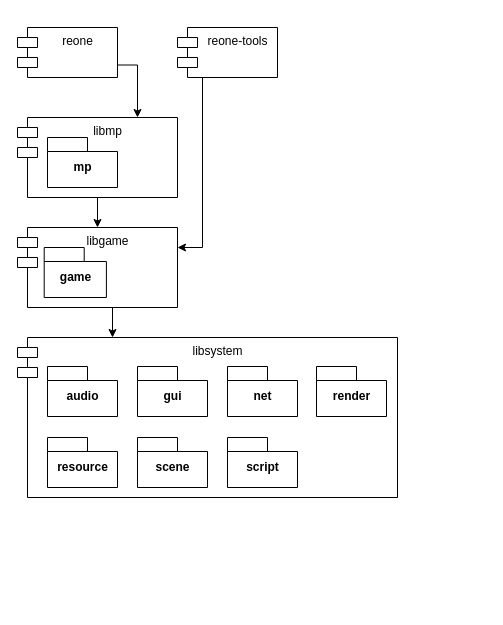
Before: doc/modules.drawio in seedhartha/reone, a draw.io diagram. Source tidied: cells renumbered, new cells numbered last; positions are measured from the earlier drawing's top-left corner, leaving out a move shared by most shapes. Both pictures are drawn from the tidied source at 100%, with x=0, y=0 at pixel (17, 27).
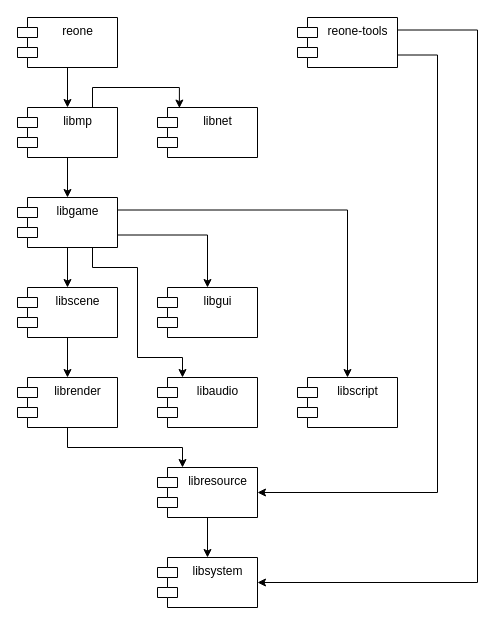
The same page after the edit.

Commit message:
doc: Update the project architecture diagram

[ci skip]

What changed in the source:
```diff
@@
-    <mxCell id="2" style="group;" parent="1" vertex="1">
-      <mxGeometry y="310" width="380" height="160" as="geometry" />
-    </mxCell>
-    <mxCell id="3" value="libsystem" style="shape=module;align=left;spacingLeft=20;align=center;verticalAlign=top;html=1;" parent="2" vertex="1">
-      <mxGeometry width="380" height="160" as="geometry" />
-    </mxCell>
-    <mxCell id="4" value="resource" style="shape=folder;fontStyle=1;spacingTop=10;tabWidth=40;tabHeight=14;tabPosition=left;html=1;" parent="2" vertex="1">
-      <mxGeometry x="30" y="100" width="70" height="50" as="geometry" />
-    </mxCell>
-    <mxCell id="5" value="render" style="shape=folder;fontStyle=1;spacingTop=10;tabWidth=40;tabHeight=14;tabPosition=left;html=1;" parent="2" vertex="1">
-      <mxGeometry x="299" y="29" width="70" height="50" as="geometry" />
-    </mxCell>
-    <mxCell id="6" value="audio" style="shape=folder;fontStyle=1;spacingTop=10;tabWidth=40;tabHeight=14;tabPosition=left;html=1;" parent="2" vertex="1">
-      <mxGeometry x="30" y="29" width="70" height="50" as="geometry" />
-    </mxCell>
-    <mxCell id="7" value="net" style="shape=folder;fontStyle=1;spacingTop=10;tabWidth=40;tabHeight=14;tabPosition=left;html=1;" parent="2" vertex="1">
-      <mxGeometry x="210" y="29" width="70" height="50" as="geometry" />
-    </mxCell>
-    <mxCell id="8" value="script" style="shape=folder;fontStyle=1;spacingTop=10;tabWidth=40;tabHeight=14;tabPosition=left;html=1;" parent="2" vertex="1">
-      <mxGeometry x="210" y="100" width="70" height="50" as="geometry" />
-    </mxCell>
-    <mxCell id="9" value="gui" style="shape=folder;fontStyle=1;spacingTop=10;tabWidth=40;tabHeight=14;tabPosition=left;html=1;" parent="2" vertex="1">
-      <mxGeometry x="120" y="29" width="70" height="50" as="geometry" />
-    </mxCell>
-    <mxCell id="10" value="scene" style="shape=folder;fontStyle=1;spacingTop=10;tabWidth=40;tabHeight=14;tabPosition=left;html=1;" parent="2" vertex="1">
-      <mxGeometry x="120" y="100" width="70" height="50" as="geometry" />
-    </mxCell>
-    <mxCell id="11" style="group;" parent="1" vertex="1">
-      <mxGeometry y="200" width="160" height="80" as="geometry" />
-    </mxCell>
-    <mxCell id="12" value="libgame" style="shape=module;align=center;spacingLeft=20;align=center;verticalAlign=top;html=1;labelPosition=center;verticalLabelPosition=middle;" parent="11" vertex="1">
-      <mxGeometry width="160" height="80" as="geometry" />
-    </mxCell>
-    <mxCell id="13" value="game" style="shape=folder;fontStyle=1;spacingTop=10;tabWidth=40;tabHeight=14;tabPosition=left;html=1;" parent="11" vertex="1">
-      <mxGeometry x="26.7" y="20" width="62.2" height="50" as="geometry" />
-    </mxCell>
-    <mxCell id="14" style="edgeStyle=orthogonalEdgeStyle;rounded=0;jettySize=auto;html=1;exitX=1;exitY=0.75;exitDx=0;exitDy=0;entryX=0.75;entryY=0;entryDx=0;entryDy=0;" parent="1" edge="1" source="15" target="19">
+    <mxCell id="14" style="edgeStyle=orthogonalEdgeStyle;rounded=0;jettySize=auto;html=1;exitX=0.5;exitY=1;exitDx=0;exitDy=0;entryX=0.5;entryY=0;entryDx=0;entryDy=0;" parent="1" edge="1" source="15" target="19">
       <mxGeometry relative="1" as="geometry" />
     </mxCell>
     <mxCell id="15" value="reone" style="shape=module;align=left;spacingLeft=20;align=center;verticalAlign=top;html=1;" parent="1" vertex="1">
-      <mxGeometry width="100" height="50" as="geometry" />
+      <mxGeometry y="-10" width="100" height="50" as="geometry" />
     </mxCell>
-    <mxCell id="16" style="edgeStyle=orthogonalEdgeStyle;rounded=0;jettySize=auto;html=1;exitX=0.25;exitY=1;exitDx=0;exitDy=0;entryX=1;entryY=0.25;entryDx=0;entryDy=0;" parent="1" edge="1" source="17" target="12">
-      <mxGeometry relative="1" as="geometry" />
-    </mxCell>
+    <mxCell id="23" style="edgeStyle=orthogonalEdgeStyle;rounded=0;jettySize=auto;html=1;entryX=1;entryY=0.5;entryDx=0;entryDy=0;exitX=1;exitY=0.75;exitDx=0;exitDy=0;" parent="1" edge="1" source="17" target="35">
+      <mxGeometry relative="1" as="geometry">
+        <Array as="points">
+          <mxPoint x="420" y="27" />
+          <mxPoint x="420" y="465" />
+        </Array>
+      </mxGeometry>
+    </mxCell>
+    <mxCell id="24" style="edgeStyle=orthogonalEdgeStyle;rounded=0;jettySize=auto;html=1;exitX=1;exitY=0.25;exitDx=0;exitDy=0;entryX=1;entryY=0.5;entryDx=0;entryDy=0;" parent="1" edge="1" source="17" target="3">
+      <mxGeometry relative="1" as="geometry">
+        <Array as="points">
+          <mxPoint x="460" y="3" />
+          <mxPoint x="460" y="555" />
+        </Array>
+      </mxGeometry>
+    </mxCell>
     <mxCell id="17" value="reone-tools" style="shape=module;align=left;spacingLeft=20;align=center;verticalAlign=top;html=1;" parent="1" vertex="1">
-      <mxGeometry x="160" width="100" height="50" as="geometry" />
+      <mxGeometry x="280" y="-10" width="100" height="50" as="geometry" />
     </mxCell>
-    <mxCell id="18" style="group;" parent="1" vertex="1">
-      <mxGeometry y="90" width="160" height="80" as="geometry" />
-    </mxCell>
+    <mxCell id="22" style="edgeStyle=orthogonalEdgeStyle;rounded=0;jettySize=auto;html=1;exitX=0.5;exitY=1;exitDx=0;exitDy=0;entryX=0.5;entryY=0;entryDx=0;entryDy=0;" parent="1" edge="1" source="19" target="12">
+      <mxGeometry relative="1" as="geometry" />
+    </mxCell>
+    <mxCell id="25" style="edgeStyle=orthogonalEdgeStyle;rounded=0;jettySize=auto;html=1;exitX=0.75;exitY=0;exitDx=0;exitDy=0;entryX=0.219;entryY=0.011;entryDx=0;entryDy=0;entryPerimeter=0;" parent="1" edge="1" source="19" target="30">
+      <mxGeometry relative="1" as="geometry">
+        <Array as="points">
+          <mxPoint x="75" y="60" />
+          <mxPoint x="162" y="60" />
+        </Array>
+      </mxGeometry>
+    </mxCell>
-    <mxCell id="19" value="libmp" style="shape=module;align=left;spacingLeft=20;align=center;verticalAlign=top;html=1;" parent="18" vertex="1">
-      <mxGeometry width="160" height="80" as="geometry" />
+    <mxCell id="19" value="libmp" style="shape=module;align=left;spacingLeft=20;align=center;verticalAlign=top;html=1;" parent="1" vertex="1">
+      <mxGeometry y="80" width="100" height="50" as="geometry" />
     </mxCell>
-    <mxCell id="20" value="mp" style="shape=folder;fontStyle=1;spacingTop=10;tabWidth=40;tabHeight=14;tabPosition=left;html=1;align=center;" parent="18" vertex="1">
-      <mxGeometry x="30" y="20" width="70" height="50" as="geometry" />
-    </mxCell>
-    <mxCell id="21" style="edgeStyle=orthogonalEdgeStyle;rounded=0;jettySize=auto;html=1;exitX=0.5;exitY=1;exitDx=0;exitDy=0;entryX=0.25;entryY=0;entryDx=0;entryDy=0;" parent="1" edge="1" source="12" target="3">
-      <mxGeometry relative="1" as="geometry" />
-    </mxCell>
-    <mxCell id="22" style="edgeStyle=orthogonalEdgeStyle;rounded=0;jettySize=auto;html=1;exitX=0.5;exitY=1;exitDx=0;exitDy=0;entryX=0.5;entryY=0;entryDx=0;entryDy=0;" parent="1" edge="1" source="19" target="12">
-      <mxGeometry relative="1" as="geometry" />
-    </mxCell>
+    <mxCell id="26" style="edgeStyle=orthogonalEdgeStyle;rounded=0;jettySize=auto;html=1;exitX=0.5;exitY=1;exitDx=0;exitDy=0;entryX=0.5;entryY=0;entryDx=0;entryDy=0;" parent="1" edge="1" source="12" target="37">
+      <mxGeometry relative="1" as="geometry" />
+    </mxCell>
+    <mxCell id="27" style="edgeStyle=orthogonalEdgeStyle;rounded=0;jettySize=auto;html=1;exitX=1;exitY=0.75;exitDx=0;exitDy=0;entryX=0.5;entryY=0;entryDx=0;entryDy=0;" parent="1" edge="1" source="12" target="38">
+      <mxGeometry relative="1" as="geometry" />
+    </mxCell>
+    <mxCell id="28" style="edgeStyle=orthogonalEdgeStyle;rounded=0;jettySize=auto;html=1;exitX=1;exitY=0.25;exitDx=0;exitDy=0;entryX=0.5;entryY=0;entryDx=0;entryDy=0;" parent="1" edge="1" source="12" target="39">
+      <mxGeometry relative="1" as="geometry" />
+    </mxCell>
+    <mxCell id="29" style="edgeStyle=orthogonalEdgeStyle;rounded=0;jettySize=auto;html=1;exitX=0.75;exitY=1;exitDx=0;exitDy=0;entryX=0.25;entryY=0;entryDx=0;entryDy=0;" parent="1" edge="1" source="12" target="31">
+      <mxGeometry relative="1" as="geometry">
+        <Array as="points">
+          <mxPoint x="75" y="240" />
+          <mxPoint x="120" y="240" />
+          <mxPoint x="120" y="330" />
+          <mxPoint x="165" y="330" />
+        </Array>
+      </mxGeometry>
+    </mxCell>
+    <mxCell id="12" value="libgame" style="shape=module;align=center;spacingLeft=20;align=center;verticalAlign=top;html=1;labelPosition=center;verticalLabelPosition=middle;" parent="1" vertex="1">
+      <mxGeometry y="170" width="100" height="50" as="geometry" />
+    </mxCell>
+    <mxCell id="3" value="libsystem" style="shape=module;align=left;spacingLeft=20;align=center;verticalAlign=top;html=1;" parent="1" vertex="1">
+      <mxGeometry x="140" y="530" width="100" height="50" as="geometry" />
+    </mxCell>
+    <mxCell id="30" value="libnet" style="shape=module;align=left;spacingLeft=20;align=center;verticalAlign=top;html=1;" parent="1" vertex="1">
+      <mxGeometry x="140" y="80" width="100" height="50" as="geometry" />
+    </mxCell>
+    <mxCell id="31" value="libaudio" style="shape=module;align=left;spacingLeft=20;align=center;verticalAlign=top;html=1;" parent="1" vertex="1">
+      <mxGeometry x="140" y="350" width="100" height="50" as="geometry" />
+    </mxCell>
+    <mxCell id="32" style="edgeStyle=orthogonalEdgeStyle;rounded=0;jettySize=auto;html=1;exitX=0.5;exitY=1;exitDx=0;exitDy=0;entryX=0.25;entryY=0;entryDx=0;entryDy=0;" parent="1" edge="1" source="33" target="35">
+      <mxGeometry relative="1" as="geometry" />
+    </mxCell>
+    <mxCell id="33" value="librender" style="shape=module;align=left;spacingLeft=20;align=center;verticalAlign=top;html=1;" parent="1" vertex="1">
+      <mxGeometry y="350" width="100" height="50" as="geometry" />
+    </mxCell>
+    <mxCell id="34" style="edgeStyle=orthogonalEdgeStyle;rounded=0;jettySize=auto;html=1;exitX=0.5;exitY=1;exitDx=0;exitDy=0;entryX=0.5;entryY=0;entryDx=0;entryDy=0;" parent="1" edge="1" source="35" target="3">
+      <mxGeometry relative="1" as="geometry" />
+    </mxCell>
+    <mxCell id="35" value="libresource" style="shape=module;align=left;spacingLeft=20;align=center;verticalAlign=top;html=1;" parent="1" vertex="1">
+      <mxGeometry x="140" y="440" width="100" height="50" as="geometry" />
+    </mxCell>
+    <mxCell id="36" style="edgeStyle=orthogonalEdgeStyle;rounded=0;jettySize=auto;html=1;exitX=0.5;exitY=1;exitDx=0;exitDy=0;entryX=0.5;entryY=0;entryDx=0;entryDy=0;" parent="1" edge="1" source="37" target="33">
+      <mxGeometry relative="1" as="geometry" />
+    </mxCell>
+    <mxCell id="37" value="libscene" style="shape=module;align=left;spacingLeft=20;align=center;verticalAlign=top;html=1;" parent="1" vertex="1">
+      <mxGeometry y="260" width="100" height="50" as="geometry" />
+    </mxCell>
+    <mxCell id="38" value="libgui" style="shape=module;align=left;spacingLeft=20;align=center;verticalAlign=top;html=1;" parent="1" vertex="1">
+      <mxGeometry x="140" y="260" width="100" height="50" as="geometry" />
+    </mxCell>
+    <mxCell id="39" value="libscript" style="shape=module;align=left;spacingLeft=20;align=center;verticalAlign=top;html=1;" parent="1" vertex="1">
+      <mxGeometry x="280" y="350" width="100" height="50" as="geometry" />
+    </mxCell>
```
